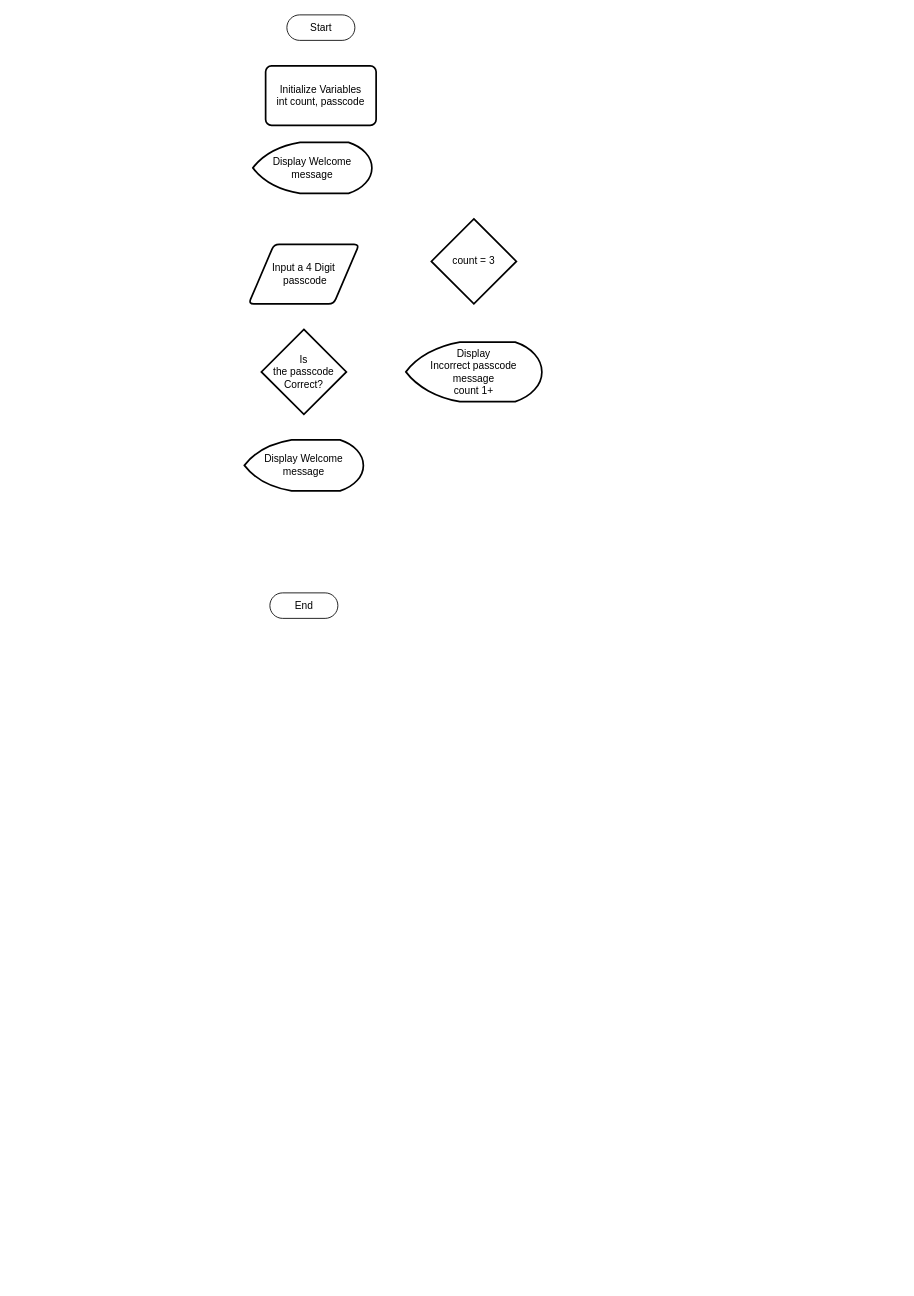
The draw.io diagram CPE121L_PrelimExam.drawio in JvMapote/CPE121L_Group2, before the edit. Source tidied: cells renumbered, new cells numbered last; positions are measured from the earlier drawing's top-left corner, leaving out a move shared by most shapes. Both pictures are drawn from the tidied source at 85%, with x=0, y=0 at pixel (244, 14).
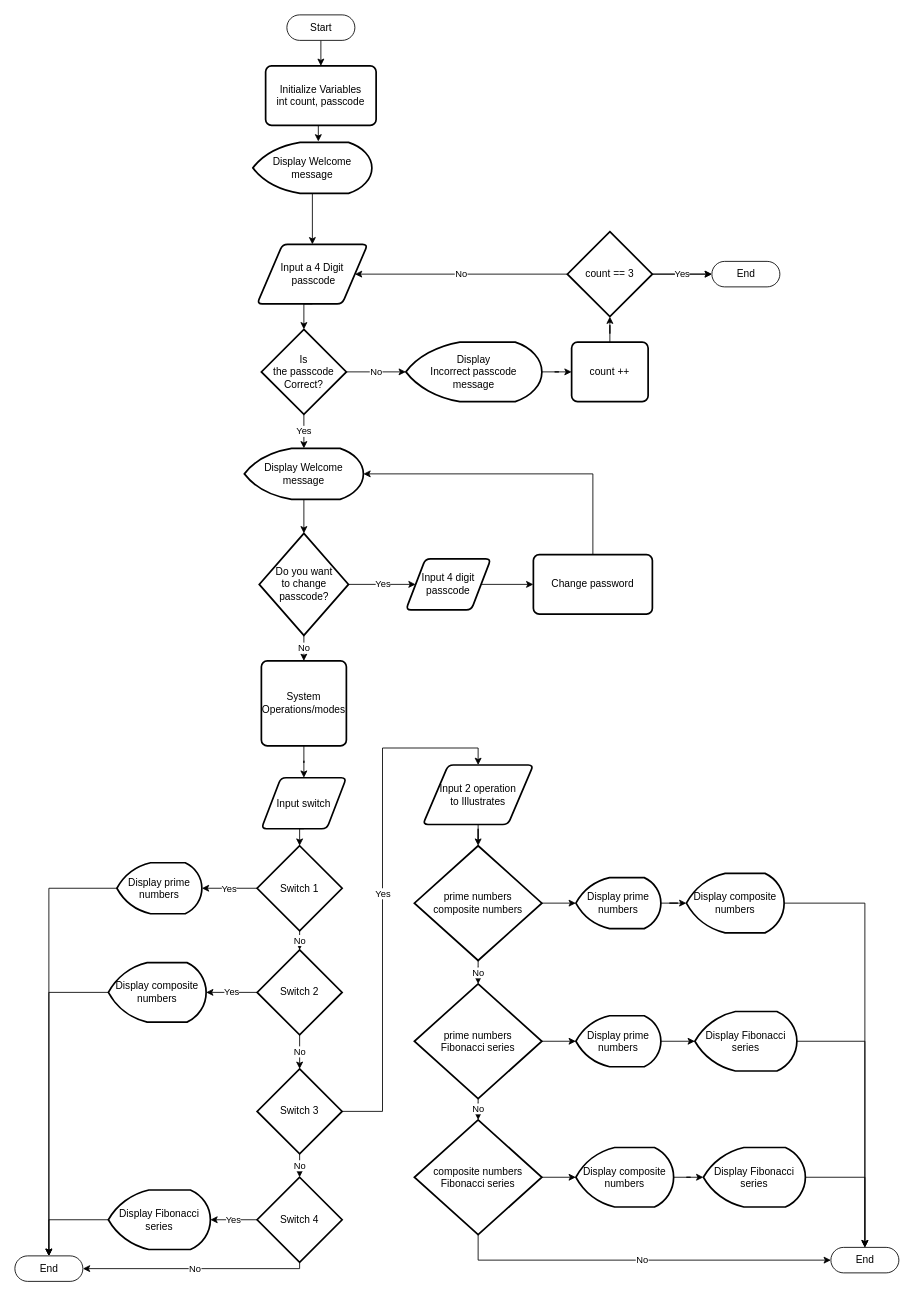
The same page after the edit.

The change refers to these unchanged cells:
```xml
<mxCell id="2" value="Start" style="html=1;dashed=0;whitespace=wrap;shape=mxgraph.dfd.start;" parent="1" vertex="1">
  <mxGeometry x="50" width="80" height="30" as="geometry" />
</mxCell>
<mxCell id="5" value="Is &lt;br&gt;the passcode Correct?" style="strokeWidth=2;html=1;shape=mxgraph.flowchart.decision;whiteSpace=wrap;" parent="1" vertex="1">
  <mxGeometry x="20" y="370" width="100" height="100" as="geometry" />
</mxCell>
<mxCell id="7" value="Initialize Variables&lt;br&gt;int count, passcode" style="rounded=1;whiteSpace=wrap;html=1;absoluteArcSize=1;arcSize=14;strokeWidth=2;" parent="1" vertex="1">
  <mxGeometry x="25" y="60" width="130" height="70" as="geometry" />
</mxCell>
<mxCell id="8" value="Display Welcome message" style="strokeWidth=2;html=1;shape=mxgraph.flowchart.display;whiteSpace=wrap;" parent="1" vertex="1">
  <mxGeometry x="10" y="150" width="140" height="60" as="geometry" />
</mxCell>
```

The edit, as a diff of the source:
```diff
@@
+    <mxCell id="11" style="edgeStyle=orthogonalEdgeStyle;rounded=0;jettySize=auto;html=1;exitX=0.5;exitY=0.5;exitDx=0;exitDy=15;exitPerimeter=0;entryX=0.5;entryY=0;entryDx=0;entryDy=0;" parent="1" edge="1" source="2" target="7">
+      <mxGeometry relative="1" as="geometry" />
+    </mxCell>
@@
-    <mxCell id="3" value="End" style="html=1;dashed=0;whitespace=wrap;shape=mxgraph.dfd.start;" parent="1" vertex="1">
-      <mxGeometry x="30" y="680" width="80" height="30" as="geometry" />
-    </mxCell>
+    <mxCell id="12" style="edgeStyle=orthogonalEdgeStyle;rounded=0;jettySize=auto;html=1;exitX=0.5;exitY=1;exitDx=0;exitDy=0;entryX=0.5;entryY=0;entryDx=0;entryDy=0;entryPerimeter=0;" parent="1" edge="1" source="4" target="5">
+      <mxGeometry relative="1" as="geometry" />
+    </mxCell>
     <mxCell id="4" value="Input a 4 Digit&lt;br&gt;&amp;nbsp;passcode&lt;br&gt;" style="shape=parallelogram;html=1;strokeWidth=2;perimeter=parallelogramPerimeter;whiteSpace=wrap;rounded=1;arcSize=12;size=0.23;" parent="1" vertex="1">
-      <mxGeometry x="5" y="270" width="130" height="70" as="geometry" />
+      <mxGeometry x="15" y="270" width="130" height="70" as="geometry" />
     </mxCell>
+    <mxCell id="13" value="No" style="edgeStyle=orthogonalEdgeStyle;rounded=0;jettySize=auto;html=1;exitX=1;exitY=0.5;exitDx=0;exitDy=0;exitPerimeter=0;entryX=0;entryY=0.5;entryDx=0;entryDy=0;entryPerimeter=0;" parent="1" edge="1" source="5" target="6">
+      <mxGeometry relative="1" as="geometry" />
+    </mxCell>
+    <mxCell id="14" value="Yes" style="edgeStyle=orthogonalEdgeStyle;rounded=0;jettySize=auto;html=1;" parent="1" edge="1" source="5" target="10">
+      <mxGeometry relative="1" as="geometry" />
+    </mxCell>
@@
+    <mxCell id="15" style="edgeStyle=orthogonalEdgeStyle;rounded=0;jettySize=auto;html=1;" parent="1" edge="1" source="6" target="78">
+      <mxGeometry relative="1" as="geometry" />
+    </mxCell>
-    <mxCell id="6" value="Display &lt;br&gt;Incorrect passcode &lt;br&gt;message&lt;br&gt;count 1+" style="strokeWidth=2;html=1;shape=mxgraph.flowchart.display;whiteSpace=wrap;" parent="1" vertex="1">
+    <mxCell id="6" value="Display &lt;br&gt;Incorrect passcode &lt;br&gt;message" style="strokeWidth=2;html=1;shape=mxgraph.flowchart.display;whiteSpace=wrap;" parent="1" vertex="1">
       <mxGeometry x="190" y="385" width="160" height="70" as="geometry" />
     </mxCell>
+    <mxCell id="16" style="edgeStyle=orthogonalEdgeStyle;rounded=0;jettySize=auto;html=1;exitX=0.5;exitY=1;exitDx=0;exitDy=0;entryX=0.55;entryY=-0.017;entryDx=0;entryDy=0;entryPerimeter=0;" parent="1" edge="1" source="7" target="8">
+      <mxGeometry relative="1" as="geometry" />
+    </mxCell>
@@
+    <mxCell id="17" style="edgeStyle=orthogonalEdgeStyle;rounded=0;jettySize=auto;html=1;exitX=0.5;exitY=1;exitDx=0;exitDy=0;exitPerimeter=0;" parent="1" edge="1" source="8" target="4">
+      <mxGeometry relative="1" as="geometry" />
+    </mxCell>
@@
+    <mxCell id="18" value="No" style="edgeStyle=orthogonalEdgeStyle;rounded=0;jettySize=auto;html=1;exitX=0;exitY=0.5;exitDx=0;exitDy=0;exitPerimeter=0;entryX=1;entryY=0.5;entryDx=0;entryDy=0;" parent="1" edge="1" source="9" target="4">
+      <mxGeometry relative="1" as="geometry" />
+    </mxCell>
+    <mxCell id="19" style="edgeStyle=orthogonalEdgeStyle;rounded=0;jettySize=auto;html=1;" parent="1" edge="1" source="9" target="74">
+      <mxGeometry relative="1" as="geometry" />
+    </mxCell>
+    <mxCell id="20" value="Yes" style="edgeStyle=orthogonalEdgeStyle;rounded=0;jettySize=auto;html=1;" parent="1" edge="1" source="9" target="74">
+      <mxGeometry relative="1" as="geometry" />
+    </mxCell>
-    <mxCell id="9" value="count = 3" style="strokeWidth=2;html=1;shape=mxgraph.flowchart.decision;whiteSpace=wrap;" parent="1" vertex="1">
-      <mxGeometry x="220" y="240" width="100" height="100" as="geometry" />
+    <mxCell id="9" value="count == 3" style="strokeWidth=2;html=1;shape=mxgraph.flowchart.decision;whiteSpace=wrap;" parent="1" vertex="1">
+      <mxGeometry x="380" y="255" width="100" height="100" as="geometry" />
     </mxCell>
+    <mxCell id="21" style="edgeStyle=orthogonalEdgeStyle;rounded=0;jettySize=auto;html=1;" parent="1" edge="1" source="10" target="24">
+      <mxGeometry relative="1" as="geometry" />
+    </mxCell>
     <mxCell id="10" value="Display Welcome message" style="strokeWidth=2;html=1;shape=mxgraph.flowchart.display;whiteSpace=wrap;" parent="1" vertex="1">
-      <mxGeometry y="500" width="140" height="60" as="geometry" />
+      <mxGeometry y="510" width="140" height="60" as="geometry" />
     </mxCell>
+    <mxCell id="22" value="Yes" style="edgeStyle=orthogonalEdgeStyle;rounded=0;jettySize=auto;html=1;" parent="1" edge="1" source="24" target="71">
+      <mxGeometry relative="1" as="geometry" />
+    </mxCell>
+    <mxCell id="23" value="No" style="edgeStyle=orthogonalEdgeStyle;rounded=0;jettySize=auto;html=1;" parent="1" edge="1" source="24" target="26">
+      <mxGeometry relative="1" as="geometry" />
+    </mxCell>
+    <mxCell id="24" value="Do you want &lt;br&gt;to change passcode?" style="strokeWidth=2;html=1;shape=mxgraph.flowchart.decision;whiteSpace=wrap;" parent="1" vertex="1">
+      <mxGeometry x="17.5" y="610" width="105" height="120" as="geometry" />
+    </mxCell>
+    <mxCell id="25" style="edgeStyle=orthogonalEdgeStyle;rounded=0;jettySize=auto;html=1;" parent="1" edge="1" source="26" target="46">
+      <mxGeometry relative="1" as="geometry" />
+    </mxCell>
+    <mxCell id="26" value="System Operations/modes" style="rounded=1;whiteSpace=wrap;html=1;absoluteArcSize=1;arcSize=14;strokeWidth=2;" parent="1" vertex="1">
+      <mxGeometry x="20" y="760" width="100" height="100" as="geometry" />
+    </mxCell>
+    <mxCell id="27" value="No" style="edgeStyle=orthogonalEdgeStyle;rounded=0;jettySize=auto;html=1;exitX=0.5;exitY=1;exitDx=0;exitDy=0;exitPerimeter=0;entryX=0.5;entryY=0;entryDx=0;entryDy=0;entryPerimeter=0;" parent="1" edge="1" source="29" target="32">
+      <mxGeometry relative="1" as="geometry" />
+    </mxCell>
+    <mxCell id="28" value="Yes" style="edgeStyle=orthogonalEdgeStyle;rounded=0;jettySize=auto;html=1;" parent="1" edge="1" source="29" target="40">
+      <mxGeometry relative="1" as="geometry" />
+    </mxCell>
+    <mxCell id="29" value="Switch 1" style="strokeWidth=2;html=1;shape=mxgraph.flowchart.decision;whiteSpace=wrap;" parent="1" vertex="1">
+      <mxGeometry x="15" y="977.5" width="100" height="100" as="geometry" />
+    </mxCell>
+    <mxCell id="30" value="No" style="edgeStyle=orthogonalEdgeStyle;rounded=0;jettySize=auto;html=1;exitX=0.5;exitY=1;exitDx=0;exitDy=0;exitPerimeter=0;entryX=0.5;entryY=0;entryDx=0;entryDy=0;entryPerimeter=0;" parent="1" edge="1" source="32" target="35">
+      <mxGeometry relative="1" as="geometry" />
+    </mxCell>
+    <mxCell id="31" value="Yes" style="edgeStyle=orthogonalEdgeStyle;rounded=0;jettySize=auto;html=1;" parent="1" edge="1" source="32" target="42">
+      <mxGeometry relative="1" as="geometry" />
+    </mxCell>
+    <mxCell id="32" value="Switch 2" style="strokeWidth=2;html=1;shape=mxgraph.flowchart.decision;whiteSpace=wrap;" parent="1" vertex="1">
+      <mxGeometry x="15" y="1100" width="100" height="100" as="geometry" />
+    </mxCell>
+    <mxCell id="33" value="No" style="edgeStyle=orthogonalEdgeStyle;rounded=0;jettySize=auto;html=1;exitX=0.5;exitY=1;exitDx=0;exitDy=0;exitPerimeter=0;entryX=0.5;entryY=0;entryDx=0;entryDy=0;entryPerimeter=0;" parent="1" edge="1" source="35" target="38">
+      <mxGeometry relative="1" as="geometry" />
+    </mxCell>
+    <mxCell id="34" value="Yes" style="edgeStyle=orthogonalEdgeStyle;rounded=0;jettySize=auto;html=1;exitX=1;exitY=0.5;exitDx=0;exitDy=0;exitPerimeter=0;entryX=0.5;entryY=0;entryDx=0;entryDy=0;" parent="1" edge="1" source="35" target="48">
+      <mxGeometry relative="1" as="geometry" />
+    </mxCell>
+    <mxCell id="35" value="Switch 3" style="strokeWidth=2;html=1;shape=mxgraph.flowchart.decision;whiteSpace=wrap;" parent="1" vertex="1">
+      <mxGeometry x="15" y="1240" width="100" height="100" as="geometry" />
+    </mxCell>
+    <mxCell id="36" value="Yes" style="edgeStyle=orthogonalEdgeStyle;rounded=0;jettySize=auto;html=1;" parent="1" edge="1" source="38" target="44">
+      <mxGeometry relative="1" as="geometry" />
+    </mxCell>
+    <mxCell id="37" value="No" style="edgeStyle=orthogonalEdgeStyle;rounded=0;jettySize=auto;html=1;exitX=0.5;exitY=1;exitDx=0;exitDy=0;exitPerimeter=0;entryX=1;entryY=0.5;entryDx=0;entryDy=0;entryPerimeter=0;" parent="1" edge="1" source="38" target="76">
+      <mxGeometry relative="1" as="geometry">
+        <Array as="points">
+          <mxPoint x="65" y="1475" />
+        </Array>
+      </mxGeometry>
+    </mxCell>
+    <mxCell id="38" value="Switch 4" style="strokeWidth=2;html=1;shape=mxgraph.flowchart.decision;whiteSpace=wrap;" parent="1" vertex="1">
+      <mxGeometry x="15" y="1367.5" width="100" height="100" as="geometry" />
+    </mxCell>
+    <mxCell id="39" style="edgeStyle=orthogonalEdgeStyle;rounded=0;jettySize=auto;html=1;entryX=0.5;entryY=0.5;entryDx=0;entryDy=-15;entryPerimeter=0;" parent="1" edge="1" source="40" target="76">
+      <mxGeometry relative="1" as="geometry" />
+    </mxCell>
+    <mxCell id="40" value="Display prime numbers" style="strokeWidth=2;html=1;shape=mxgraph.flowchart.display;whiteSpace=wrap;" parent="1" vertex="1">
+      <mxGeometry x="-150" y="997.5" width="100" height="60" as="geometry" />
+    </mxCell>
+    <mxCell id="41" style="edgeStyle=orthogonalEdgeStyle;rounded=0;jettySize=auto;html=1;entryX=0.5;entryY=0.5;entryDx=0;entryDy=-15;entryPerimeter=0;" parent="1" edge="1" source="42" target="76">
+      <mxGeometry relative="1" as="geometry" />
+    </mxCell>
+    <mxCell id="42" value="Display composite numbers" style="strokeWidth=2;html=1;shape=mxgraph.flowchart.display;whiteSpace=wrap;" parent="1" vertex="1">
+      <mxGeometry x="-160" y="1115" width="115" height="70" as="geometry" />
+    </mxCell>
+    <mxCell id="43" style="edgeStyle=orthogonalEdgeStyle;rounded=0;jettySize=auto;html=1;exitX=0;exitY=0.5;exitDx=0;exitDy=0;exitPerimeter=0;entryX=0.5;entryY=0.5;entryDx=0;entryDy=-15;entryPerimeter=0;" parent="1" edge="1" source="44" target="76">
+      <mxGeometry relative="1" as="geometry" />
+    </mxCell>
+    <mxCell id="44" value="Display Fibonacci series" style="strokeWidth=2;html=1;shape=mxgraph.flowchart.display;whiteSpace=wrap;" parent="1" vertex="1">
+      <mxGeometry x="-160" y="1382.5" width="120" height="70" as="geometry" />
+    </mxCell>
+    <mxCell id="45" style="edgeStyle=orthogonalEdgeStyle;rounded=0;jettySize=auto;html=1;exitX=0.5;exitY=1;exitDx=0;exitDy=0;entryX=0.5;entryY=0;entryDx=0;entryDy=0;entryPerimeter=0;" parent="1" edge="1" source="46" target="29">
+      <mxGeometry relative="1" as="geometry" />
+    </mxCell>
+    <mxCell id="46" value="Input switch" style="shape=parallelogram;html=1;strokeWidth=2;perimeter=parallelogramPerimeter;whiteSpace=wrap;rounded=1;arcSize=12;size=0.23;" parent="1" vertex="1">
+      <mxGeometry x="20" y="897.5" width="100" height="60" as="geometry" />
+    </mxCell>
+    <mxCell id="47" style="edgeStyle=orthogonalEdgeStyle;rounded=0;jettySize=auto;html=1;" parent="1" edge="1" source="48" target="51">
+      <mxGeometry relative="1" as="geometry" />
+    </mxCell>
+    <mxCell id="48" value="Input 2 operation&lt;br&gt;to Illustrates" style="shape=parallelogram;html=1;strokeWidth=2;perimeter=parallelogramPerimeter;whiteSpace=wrap;rounded=1;arcSize=12;size=0.23;" parent="1" vertex="1">
+      <mxGeometry x="210" y="882.5" width="130" height="70" as="geometry" />
+    </mxCell>
+    <mxCell id="49" value="No" style="edgeStyle=orthogonalEdgeStyle;rounded=0;jettySize=auto;html=1;" parent="1" edge="1" source="51" target="54">
+      <mxGeometry relative="1" as="geometry" />
+    </mxCell>
+    <mxCell id="50" style="edgeStyle=orthogonalEdgeStyle;rounded=0;jettySize=auto;html=1;" parent="1" edge="1" source="51" target="59">
+      <mxGeometry relative="1" as="geometry" />
+    </mxCell>
+    <mxCell id="51" value="prime numbers&lt;br&gt;composite numbers" style="strokeWidth=2;html=1;shape=mxgraph.flowchart.decision;whiteSpace=wrap;" parent="1" vertex="1">
+      <mxGeometry x="200" y="977.5" width="150" height="135" as="geometry" />
+    </mxCell>
+    <mxCell id="52" value="No" style="edgeStyle=orthogonalEdgeStyle;rounded=0;jettySize=auto;html=1;" parent="1" edge="1" source="54" target="57">
+      <mxGeometry relative="1" as="geometry" />
+    </mxCell>
+    <mxCell id="53" style="edgeStyle=orthogonalEdgeStyle;rounded=0;jettySize=auto;html=1;" parent="1" edge="1" source="54" target="63">
+      <mxGeometry relative="1" as="geometry" />
+    </mxCell>
+    <mxCell id="54" value="prime numbers&lt;br&gt;Fibonacci series" style="strokeWidth=2;html=1;shape=mxgraph.flowchart.decision;whiteSpace=wrap;" parent="1" vertex="1">
+      <mxGeometry x="200" y="1140" width="150" height="135" as="geometry" />
+    </mxCell>
+    <mxCell id="55" style="edgeStyle=orthogonalEdgeStyle;rounded=0;jettySize=auto;html=1;" parent="1" edge="1" source="57" target="67">
+      <mxGeometry relative="1" as="geometry" />
+    </mxCell>
+    <mxCell id="56" value="No" style="edgeStyle=orthogonalEdgeStyle;rounded=0;jettySize=auto;html=1;exitX=0.5;exitY=1;exitDx=0;exitDy=0;exitPerimeter=0;entryX=0;entryY=0.5;entryDx=0;entryDy=0;entryPerimeter=0;" parent="1" edge="1" source="57" target="75">
+      <mxGeometry relative="1" as="geometry" />
+    </mxCell>
+    <mxCell id="57" value="composite numbers&lt;br&gt;Fibonacci series" style="strokeWidth=2;html=1;shape=mxgraph.flowchart.decision;whiteSpace=wrap;" parent="1" vertex="1">
+      <mxGeometry x="200" y="1300" width="150" height="135" as="geometry" />
+    </mxCell>
+    <mxCell id="58" style="edgeStyle=orthogonalEdgeStyle;rounded=0;jettySize=auto;html=1;" parent="1" edge="1" source="59" target="61">
+      <mxGeometry relative="1" as="geometry" />
+    </mxCell>
+    <mxCell id="59" value="Display prime numbers" style="strokeWidth=2;html=1;shape=mxgraph.flowchart.display;whiteSpace=wrap;" parent="1" vertex="1">
+      <mxGeometry x="390" y="1015" width="100" height="60" as="geometry" />
+    </mxCell>
+    <mxCell id="60" style="edgeStyle=orthogonalEdgeStyle;rounded=0;jettySize=auto;html=1;exitX=1;exitY=0.5;exitDx=0;exitDy=0;exitPerimeter=0;entryX=0.5;entryY=0.5;entryDx=0;entryDy=-15;entryPerimeter=0;" parent="1" edge="1" source="61" target="75">
+      <mxGeometry relative="1" as="geometry" />
+    </mxCell>
+    <mxCell id="61" value="Display composite numbers" style="strokeWidth=2;html=1;shape=mxgraph.flowchart.display;whiteSpace=wrap;" parent="1" vertex="1">
+      <mxGeometry x="520" y="1010" width="115" height="70" as="geometry" />
+    </mxCell>
+    <mxCell id="62" style="edgeStyle=orthogonalEdgeStyle;rounded=0;jettySize=auto;html=1;" parent="1" edge="1" source="63" target="65">
+      <mxGeometry relative="1" as="geometry" />
+    </mxCell>
+    <mxCell id="63" value="Display prime numbers" style="strokeWidth=2;html=1;shape=mxgraph.flowchart.display;whiteSpace=wrap;" parent="1" vertex="1">
+      <mxGeometry x="390" y="1177.5" width="100" height="60" as="geometry" />
+    </mxCell>
+    <mxCell id="64" style="edgeStyle=orthogonalEdgeStyle;rounded=0;jettySize=auto;html=1;exitX=1;exitY=0.5;exitDx=0;exitDy=0;exitPerimeter=0;entryX=0.5;entryY=0.5;entryDx=0;entryDy=-15;entryPerimeter=0;" parent="1" edge="1" source="65" target="75">
+      <mxGeometry relative="1" as="geometry">
+        <Array as="points">
+          <mxPoint x="730" y="1208" />
+        </Array>
+      </mxGeometry>
+    </mxCell>
+    <mxCell id="65" value="Display Fibonacci series" style="strokeWidth=2;html=1;shape=mxgraph.flowchart.display;whiteSpace=wrap;" parent="1" vertex="1">
+      <mxGeometry x="530" y="1172.5" width="120" height="70" as="geometry" />
+    </mxCell>
+    <mxCell id="66" style="edgeStyle=orthogonalEdgeStyle;rounded=0;jettySize=auto;html=1;" parent="1" edge="1" source="67" target="69">
+      <mxGeometry relative="1" as="geometry" />
+    </mxCell>
+    <mxCell id="67" value="Display composite numbers" style="strokeWidth=2;html=1;shape=mxgraph.flowchart.display;whiteSpace=wrap;" parent="1" vertex="1">
+      <mxGeometry x="390" y="1332.5" width="115" height="70" as="geometry" />
+    </mxCell>
+    <mxCell id="68" style="edgeStyle=orthogonalEdgeStyle;rounded=0;jettySize=auto;html=1;exitX=1;exitY=0.5;exitDx=0;exitDy=0;exitPerimeter=0;entryX=0.5;entryY=0.5;entryDx=0;entryDy=-15;entryPerimeter=0;" parent="1" edge="1" source="69" target="75">
+      <mxGeometry relative="1" as="geometry" />
+    </mxCell>
+    <mxCell id="69" value="Display Fibonacci series" style="strokeWidth=2;html=1;shape=mxgraph.flowchart.display;whiteSpace=wrap;" parent="1" vertex="1">
+      <mxGeometry x="540" y="1332.5" width="120" height="70" as="geometry" />
+    </mxCell>
+    <mxCell id="70" style="edgeStyle=orthogonalEdgeStyle;rounded=0;jettySize=auto;html=1;" parent="1" edge="1" source="71" target="73">
+      <mxGeometry relative="1" as="geometry" />
+    </mxCell>
+    <mxCell id="71" value="Input 4 digit passcode" style="shape=parallelogram;html=1;strokeWidth=2;perimeter=parallelogramPerimeter;whiteSpace=wrap;rounded=1;arcSize=12;size=0.23;" parent="1" vertex="1">
+      <mxGeometry x="190" y="640" width="100" height="60" as="geometry" />
+    </mxCell>
+    <mxCell id="72" style="edgeStyle=orthogonalEdgeStyle;rounded=0;jettySize=auto;html=1;exitX=0.5;exitY=0;exitDx=0;exitDy=0;entryX=1;entryY=0.5;entryDx=0;entryDy=0;entryPerimeter=0;" parent="1" edge="1" source="73" target="10">
+      <mxGeometry relative="1" as="geometry" />
+    </mxCell>
+    <mxCell id="73" value="Change password" style="rounded=1;whiteSpace=wrap;html=1;absoluteArcSize=1;arcSize=14;strokeWidth=2;" parent="1" vertex="1">
+      <mxGeometry x="340" y="635" width="140" height="70" as="geometry" />
+    </mxCell>
+    <mxCell id="74" value="End" style="html=1;dashed=0;whitespace=wrap;shape=mxgraph.dfd.start;" parent="1" vertex="1">
+      <mxGeometry x="550" y="290" width="80" height="30" as="geometry" />
+    </mxCell>
+    <mxCell id="75" value="End" style="html=1;dashed=0;whitespace=wrap;shape=mxgraph.dfd.start;" parent="1" vertex="1">
+      <mxGeometry x="690" y="1450" width="80" height="30" as="geometry" />
+    </mxCell>
+    <mxCell id="76" value="End" style="html=1;dashed=0;whitespace=wrap;shape=mxgraph.dfd.start;" parent="1" vertex="1">
+      <mxGeometry x="-270" y="1460" width="80" height="30" as="geometry" />
+    </mxCell>
+    <mxCell id="77" style="edgeStyle=orthogonalEdgeStyle;rounded=0;jettySize=auto;html=1;" parent="1" edge="1" source="78" target="9">
+      <mxGeometry relative="1" as="geometry" />
+    </mxCell>
+    <mxCell id="78" value="count ++" style="rounded=1;whiteSpace=wrap;html=1;absoluteArcSize=1;arcSize=14;strokeWidth=2;" parent="1" vertex="1">
+      <mxGeometry x="385" y="385" width="90" height="70" as="geometry" />
+    </mxCell>
```
